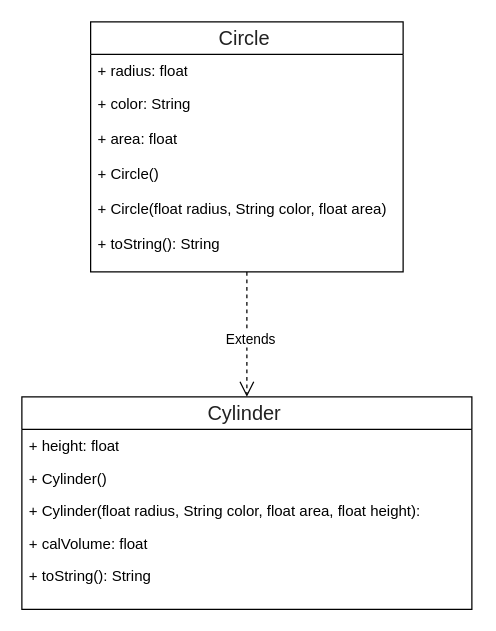
This is Session07_Inheritance_Polymorphism/src/ra/Exercise01/Exercise01.drawio from xuanhong258/Rikkei_Module02_Java, a draw.io file, before an edit. Source tidied: cells renumbered, new cells numbered last; positions are measured from the earlier drawing's top-left corner, leaving out a move shared by most shapes. Both pictures are drawn from the tidied source at 125%, with x=0, y=0 at pixel (21, 21).
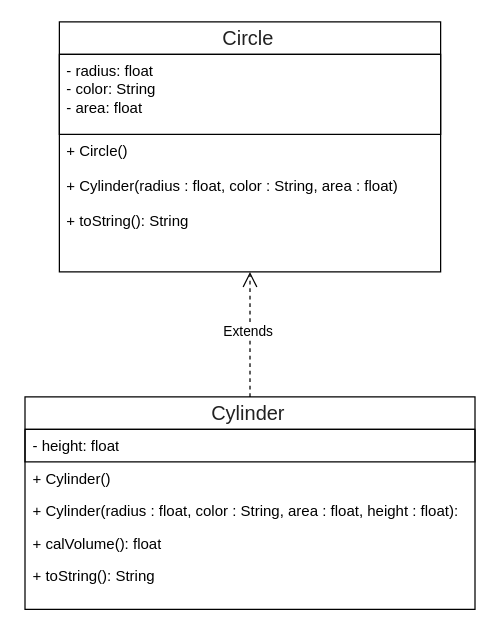
Above is the later version.

The edit, as a diff of the source:
```diff
@@
 <mxGraphModel>
   <root>
     <mxCell id="0" />
     <mxCell id="1" parent="0" />
     <mxCell id="2" value="&lt;span style=&quot;color: rgb(34, 34, 34); font-family: &amp;quot;Roboto Flex&amp;quot;; font-size: 16px; text-align: left; text-wrap: wrap; background-color: rgb(255, 255, 255);&quot;&gt;Cylinder&amp;nbsp;&lt;/span&gt;" style="swimlane;html=1;fontStyle=0;horizontal=1;startSize=26;fillColor=none;swimlaneFillColor=#ffffff;rounded=0;shadow=0;comic=0;labelBackgroundColor=none;strokeWidth=1;fontFamily=Verdana;fontSize=10;align=center;" parent="1" vertex="1">
-      <mxGeometry y="300" width="360" height="170" as="geometry" />
+      <mxGeometry x="2.5" y="300" width="360" height="170" as="geometry" />
     </mxCell>
-    <mxCell id="3" value="+ height: float" style="text;html=1;strokeColor=none;fillColor=none;align=left;verticalAlign=top;spacingLeft=4;spacingRight=4;whiteSpace=wrap;overflow=hidden;" parent="2" vertex="1">
+    <mxCell id="3" value="- height: float" style="text;html=1;strokeColor=#000000;fillColor=none;align=left;verticalAlign=top;spacingLeft=4;spacingRight=4;whiteSpace=wrap;overflow=hidden;" parent="2" vertex="1">
       <mxGeometry y="26" width="360" height="26" as="geometry" />
     </mxCell>
     <mxCell id="4" value="+ Cylinder()" style="text;html=1;strokeColor=none;fillColor=none;align=left;verticalAlign=top;spacingLeft=4;spacingRight=4;whiteSpace=wrap;overflow=hidden;" parent="2" vertex="1">
       <mxGeometry y="52" width="360" height="26" as="geometry" />
     </mxCell>
-    <mxCell id="5" value="+ Cylinder(float radius, String color, float area, float height):" style="text;html=1;strokeColor=none;fillColor=none;align=left;verticalAlign=top;spacingLeft=4;spacingRight=4;whiteSpace=wrap;overflow=hidden;" parent="2" vertex="1">
+    <mxCell id="5" value="+ Cylinder(radius : float, color : String, area : float, height : float):" style="text;html=1;strokeColor=none;fillColor=none;align=left;verticalAlign=top;spacingLeft=4;spacingRight=4;whiteSpace=wrap;overflow=hidden;" parent="2" vertex="1">
       <mxGeometry y="78" width="360" height="26" as="geometry" />
     </mxCell>
-    <mxCell id="6" value="+ calVolume: float" style="text;html=1;strokeColor=none;fillColor=none;align=left;verticalAlign=top;spacingLeft=4;spacingRight=4;whiteSpace=wrap;overflow=hidden;" parent="2" vertex="1">
+    <mxCell id="6" value="+ calVolume(): float" style="text;html=1;strokeColor=none;fillColor=none;align=left;verticalAlign=top;spacingLeft=4;spacingRight=4;whiteSpace=wrap;overflow=hidden;" parent="2" vertex="1">
       <mxGeometry y="104" width="360" height="26" as="geometry" />
     </mxCell>
     <mxCell id="7" value="+ toString(): String" style="text;html=1;strokeColor=none;fillColor=none;align=left;verticalAlign=top;spacingLeft=4;spacingRight=4;whiteSpace=wrap;overflow=hidden;" parent="2" vertex="1">
       <mxGeometry y="130" width="360" height="26" as="geometry" />
     </mxCell>
-    <mxCell id="8" style="edgeStyle=orthogonalEdgeStyle;rounded=0;html=1;dashed=1;labelBackgroundColor=none;startFill=0;endArrow=open;endFill=0;endSize=10;fontFamily=Verdana;fontSize=10;" parent="1" edge="1" source="10" target="2">
+    <mxCell id="8" style="edgeStyle=orthogonalEdgeStyle;rounded=0;html=1;dashed=1;labelBackgroundColor=none;startFill=0;endArrow=open;endFill=0;endSize=10;fontFamily=Verdana;fontSize=10;exitX=0.5;exitY=0;exitDx=0;exitDy=0;" parent="1" edge="1" source="2" target="10">
       <mxGeometry relative="1" as="geometry" />
     </mxCell>
     <mxCell id="9" value="Extends" style="edgeLabel;html=1;align=center;verticalAlign=middle;" parent="8" vertex="1">
       <mxGeometry x="0.05" y="2" relative="1" as="geometry" />
     </mxCell>
     <mxCell id="10" value="&lt;span style=&quot;color: rgb(34, 34, 34); font-family: &amp;quot;Roboto Flex&amp;quot;; font-size: 16px; text-align: left; text-wrap: wrap; background-color: rgb(255, 255, 255);&quot;&gt;Circle&amp;nbsp;&lt;/span&gt;" style="swimlane;html=1;fontStyle=0;horizontal=1;startSize=26;fillColor=none;swimlaneFillColor=#ffffff;rounded=0;shadow=0;comic=0;labelBackgroundColor=none;strokeWidth=1;fontFamily=Verdana;fontSize=10;align=center;" parent="1" vertex="1">
-      <mxGeometry x="55" width="250" height="200" as="geometry" />
+      <mxGeometry x="30" width="305" height="200" as="geometry" />
     </mxCell>
-    <mxCell id="11" value="+ radius: float" style="text;html=1;strokeColor=none;fillColor=none;align=left;verticalAlign=top;spacingLeft=4;spacingRight=4;whiteSpace=wrap;overflow=hidden;" parent="10" vertex="1">
-      <mxGeometry y="26" width="250" height="26" as="geometry" />
+    <mxCell id="11" value="- radius: float&lt;div&gt;- color: String&lt;/div&gt;&lt;div&gt;- area: float&lt;br&gt;&lt;/div&gt;" style="text;html=1;strokeColor=#000000;fillColor=none;align=left;verticalAlign=top;spacingLeft=4;spacingRight=4;whiteSpace=wrap;overflow=hidden;" parent="10" vertex="1">
+      <mxGeometry y="26" width="305" height="64" as="geometry" />
     </mxCell>
-    <mxCell id="12" value="+ color: String" style="text;html=1;strokeColor=none;fillColor=none;align=left;verticalAlign=top;spacingLeft=4;spacingRight=4;whiteSpace=wrap;overflow=hidden;" parent="10" vertex="1">
-      <mxGeometry y="52" width="250" height="28" as="geometry" />
-    </mxCell>
-    <mxCell id="13" value="+ area: float" style="text;html=1;strokeColor=none;fillColor=none;align=left;verticalAlign=top;spacingLeft=4;spacingRight=4;whiteSpace=wrap;overflow=hidden;" parent="10" vertex="1">
-      <mxGeometry y="80" width="250" height="28" as="geometry" />
-    </mxCell>
     <mxCell id="14" value="+ Circle()&amp;nbsp;" style="text;html=1;strokeColor=none;fillColor=none;align=left;verticalAlign=top;spacingLeft=4;spacingRight=4;whiteSpace=wrap;overflow=hidden;" parent="10" vertex="1">
-      <mxGeometry y="108" width="250" height="28" as="geometry" />
+      <mxGeometry y="90" width="305" height="28" as="geometry" />
     </mxCell>
-    <mxCell id="15" value="+ Circle(float radius, String color, float area)&amp;nbsp;" style="text;html=1;strokeColor=none;fillColor=none;align=left;verticalAlign=top;spacingLeft=4;spacingRight=4;whiteSpace=wrap;overflow=hidden;" parent="10" vertex="1">
-      <mxGeometry y="136" width="250" height="28" as="geometry" />
+    <mxCell id="15" value="+ Cylinder(radius : float, color : String, area : float)" style="text;html=1;strokeColor=none;fillColor=none;align=left;verticalAlign=top;spacingLeft=4;spacingRight=4;whiteSpace=wrap;overflow=hidden;" parent="10" vertex="1">
+      <mxGeometry y="118" width="305" height="28" as="geometry" />
     </mxCell>
     <mxCell id="16" value="+ toString(): String&amp;nbsp;" style="text;html=1;strokeColor=none;fillColor=none;align=left;verticalAlign=top;spacingLeft=4;spacingRight=4;whiteSpace=wrap;overflow=hidden;" parent="10" vertex="1">
-      <mxGeometry y="164" width="250" height="28" as="geometry" />
+      <mxGeometry y="146" width="305" height="28" as="geometry" />
     </mxCell>
   </root>
 </mxGraphModel>
```
